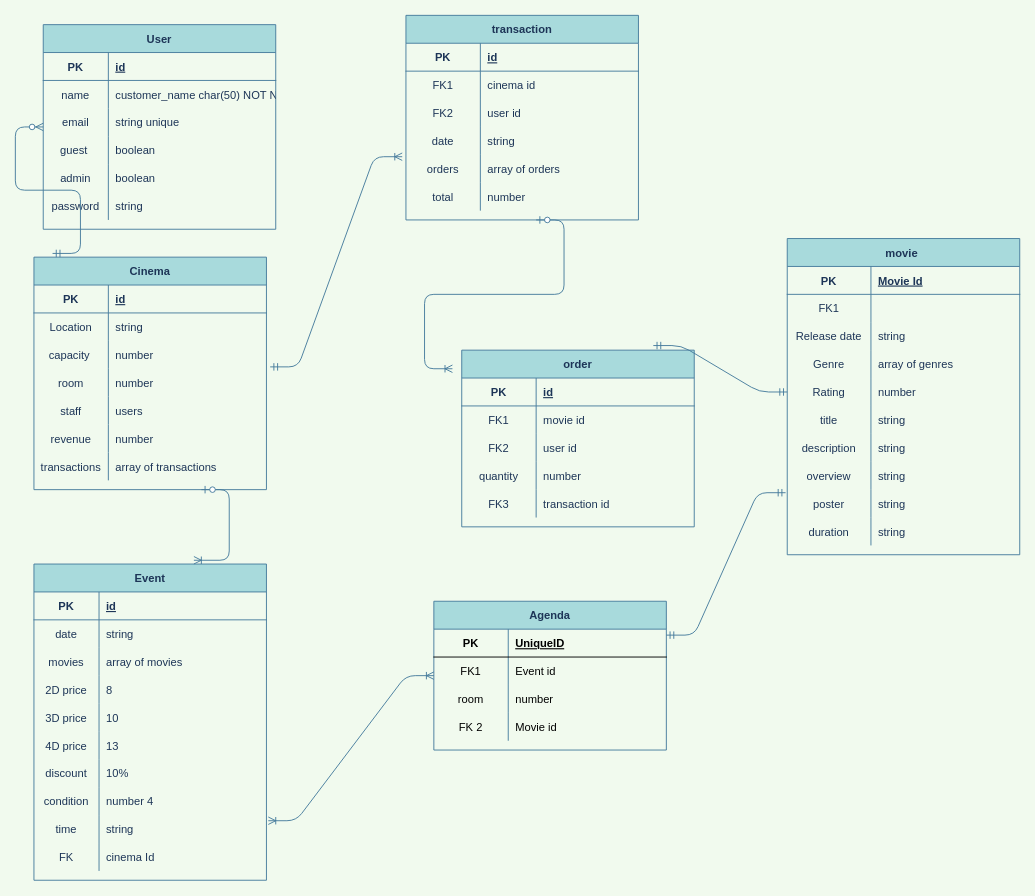
This is page "Page-1" (1 of 2) of Untitled Diagram.drawio from ultrahumus9000/Boolean-Final-Project-Backend, a draw.io file, before an edit. Source tidied: cells renumbered, new cells numbered last; positions are measured from the earlier drawing's top-left corner, leaving out a move shared by most shapes. Both pictures are drawn from the tidied source at 93%, with x=0, y=0 at pixel (33, 15).
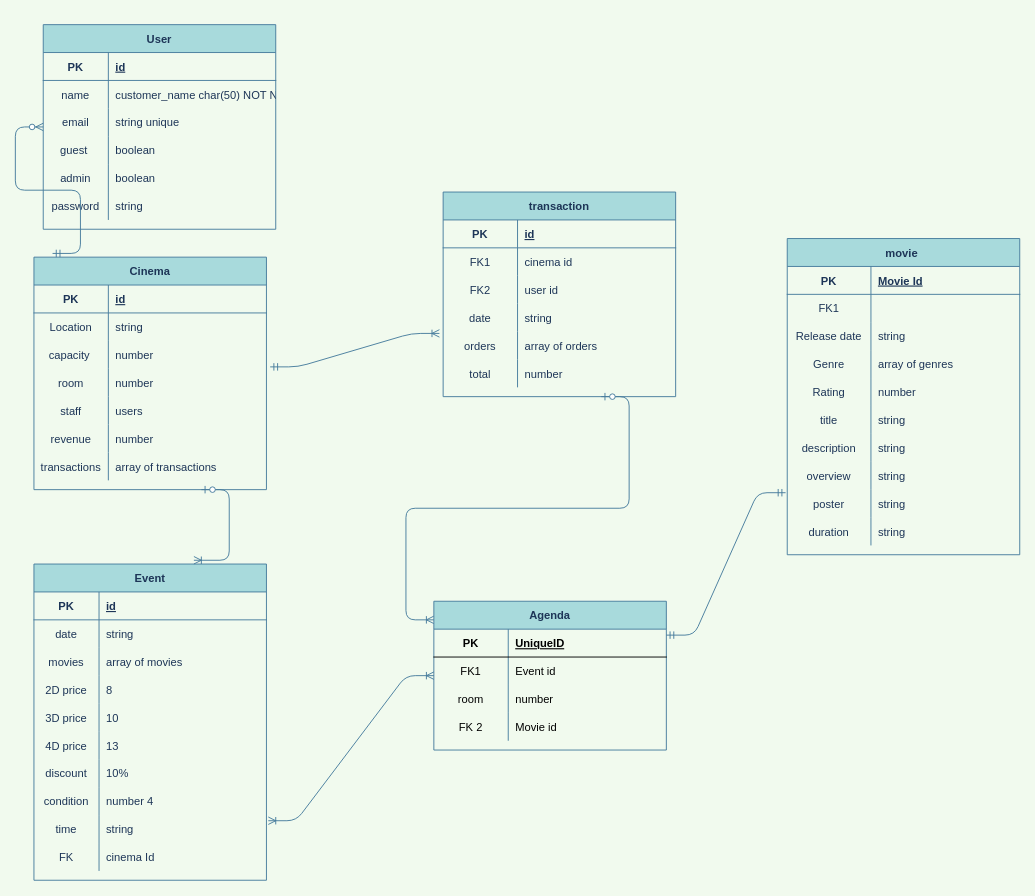
After the change.

Unchanged cells that the change refers to:
```xml
<mxCell id="15" style="shape=partialRectangle;fillColor=none;points=[[0,0.5],[1,0.5]];portConstraint=eastwest;top=0;left=0;right=0;bottom=0;strokeColor=#457B9D;fontColor=#1D3557;" parent="2" vertex="1">
  <mxGeometry y="150" width="250" height="30" as="geometry" />
</mxCell>
```

Diff of the diagram source:
```diff
@@
     <mxCell id="33" value="transaction" style="shape=table;startSize=30;childLayout=tableLayout;rowLines=0;fontStyle=1;align=center;fillColor=#A8DADC;strokeColor=#457B9D;fontColor=#1D3557;" parent="1" vertex="1">
-      <mxGeometry x="400" width="250" height="220" as="geometry" />
+      <mxGeometry x="440" y="190" width="250" height="220" as="geometry" />
     </mxCell>
@@
-    <mxCell id="124" value="order" style="shape=table;startSize=30;childLayout=tableLayout;rowLines=0;fontStyle=1;align=center;fillColor=#A8DADC;strokeColor=#457B9D;fontColor=#1D3557;" parent="1" vertex="1">
-      <mxGeometry x="460" y="360" width="250" height="190" as="geometry" />
-    </mxCell>
-    <mxCell id="125" style="shape=partialRectangle;fillColor=none;top=0;left=0;right=0;bottom=1;strokeColor=#457B9D;fontColor=#1D3557;" parent="124" vertex="1">
-      <mxGeometry y="30" width="250" height="30" as="geometry" />
-    </mxCell>
-    <mxCell id="126" value="PK" style="shape=partialRectangle;overflow=hidden;fillColor=none;top=0;left=0;bottom=0;right=0;fontStyle=1;strokeColor=#457B9D;fontColor=#1D3557;" parent="125" vertex="1">
-      <mxGeometry width="80" height="30" as="geometry" />
-    </mxCell>
-    <mxCell id="127" value="id" style="shape=partialRectangle;overflow=hidden;fillColor=none;top=0;left=0;bottom=0;right=0;align=left;spacingLeft=6;fontStyle=5;strokeColor=#457B9D;fontColor=#1D3557;" parent="125" vertex="1">
-      <mxGeometry x="80" width="170" height="30" as="geometry" />
-    </mxCell>
-    <mxCell id="128" style="shape=partialRectangle;fillColor=none;top=0;left=0;right=0;bottom=0;strokeColor=#457B9D;fontColor=#1D3557;" parent="124" vertex="1">
-      <mxGeometry y="60" width="250" height="30" as="geometry" />
-    </mxCell>
-    <mxCell id="129" value="FK1" style="shape=partialRectangle;overflow=hidden;fillColor=none;top=0;left=0;bottom=0;right=0;strokeColor=#457B9D;fontColor=#1D3557;" parent="128" vertex="1">
-      <mxGeometry width="80" height="30" as="geometry" />
-    </mxCell>
-    <mxCell id="130" value="movie id" style="shape=partialRectangle;overflow=hidden;fillColor=none;top=0;left=0;bottom=0;right=0;align=left;spacingLeft=6;strokeColor=#457B9D;fontColor=#1D3557;" parent="128" vertex="1">
-      <mxGeometry x="80" width="170" height="30" as="geometry" />
-    </mxCell>
-    <mxCell id="131" style="shape=partialRectangle;fillColor=none;top=0;left=0;right=0;bottom=0;strokeColor=#457B9D;fontColor=#1D3557;" parent="124" vertex="1">
-      <mxGeometry y="90" width="250" height="30" as="geometry" />
-    </mxCell>
-    <mxCell id="132" value="FK2" style="shape=partialRectangle;overflow=hidden;fillColor=none;top=0;left=0;bottom=0;right=0;strokeColor=#457B9D;fontColor=#1D3557;" parent="131" vertex="1">
-      <mxGeometry width="80" height="30" as="geometry" />
-    </mxCell>
-    <mxCell id="133" value="user id " style="shape=partialRectangle;overflow=hidden;fillColor=none;top=0;left=0;bottom=0;right=0;align=left;spacingLeft=6;strokeColor=#457B9D;fontColor=#1D3557;" parent="131" vertex="1">
-      <mxGeometry x="80" width="170" height="30" as="geometry" />
-    </mxCell>
-    <mxCell id="134" style="shape=partialRectangle;fillColor=none;top=0;left=0;right=0;bottom=0;strokeColor=#457B9D;fontColor=#1D3557;" parent="124" vertex="1">
-      <mxGeometry y="120" width="250" height="30" as="geometry" />
-    </mxCell>
-    <mxCell id="135" value="quantity" style="shape=partialRectangle;overflow=hidden;fillColor=none;top=0;left=0;bottom=0;right=0;strokeColor=#457B9D;fontColor=#1D3557;" parent="134" vertex="1">
-      <mxGeometry width="80" height="30" as="geometry" />
-    </mxCell>
-    <mxCell id="136" value="number" style="shape=partialRectangle;overflow=hidden;fillColor=none;top=0;left=0;bottom=0;right=0;align=left;spacingLeft=6;strokeColor=#457B9D;fontColor=#1D3557;" parent="134" vertex="1">
-      <mxGeometry x="80" width="170" height="30" as="geometry" />
-    </mxCell>
-    <mxCell id="137" style="shape=partialRectangle;fillColor=none;top=0;left=0;right=0;bottom=0;strokeColor=#457B9D;fontColor=#1D3557;" parent="124" vertex="1">
-      <mxGeometry y="150" width="250" height="30" as="geometry" />
-    </mxCell>
-    <mxCell id="138" value="FK3" style="shape=partialRectangle;overflow=hidden;fillColor=none;top=0;left=0;bottom=0;right=0;strokeColor=#457B9D;fontColor=#1D3557;" parent="137" vertex="1">
-      <mxGeometry width="80" height="30" as="geometry" />
-    </mxCell>
-    <mxCell id="139" value="transaction id " style="shape=partialRectangle;overflow=hidden;fillColor=none;top=0;left=0;bottom=0;right=0;align=left;spacingLeft=6;strokeColor=#457B9D;fontColor=#1D3557;" parent="137" vertex="1">
-      <mxGeometry x="80" width="170" height="30" as="geometry" />
-    </mxCell>
@@
-    <mxCell id="141" style="edgeStyle=entityRelationEdgeStyle;fontSize=12;html=1;endArrow=ERmandOne;startArrow=ERmandOne;fontColor=#1D3557;strokeColor=#457B9D;fillColor=#A8DADC;entryX=0.824;entryY=-0.026;entryDx=0;entryDy=0;entryPerimeter=0;exitX=0;exitY=0.5;exitDx=0;exitDy=0;" parent="1" edge="1" source="15" target="124">
-      <mxGeometry relative="1" as="geometry" />
-    </mxCell>
     <mxCell id="142" style="edgeStyle=entityRelationEdgeStyle;fontSize=12;html=1;endArrow=ERoneToMany;startArrow=ERzeroToOne;fontColor=#1D3557;strokeColor=#457B9D;fillColor=#A8DADC;" parent="1" edge="1">
       <mxGeometry relative="1" as="geometry">
-        <mxPoint x="540" y="220" as="sourcePoint" />
-        <mxPoint x="450" y="380" as="targetPoint" />
+        <mxPoint x="610" y="410" as="sourcePoint" />
+        <mxPoint x="430" y="650" as="targetPoint" />
       </mxGeometry>
     </mxCell>
```
